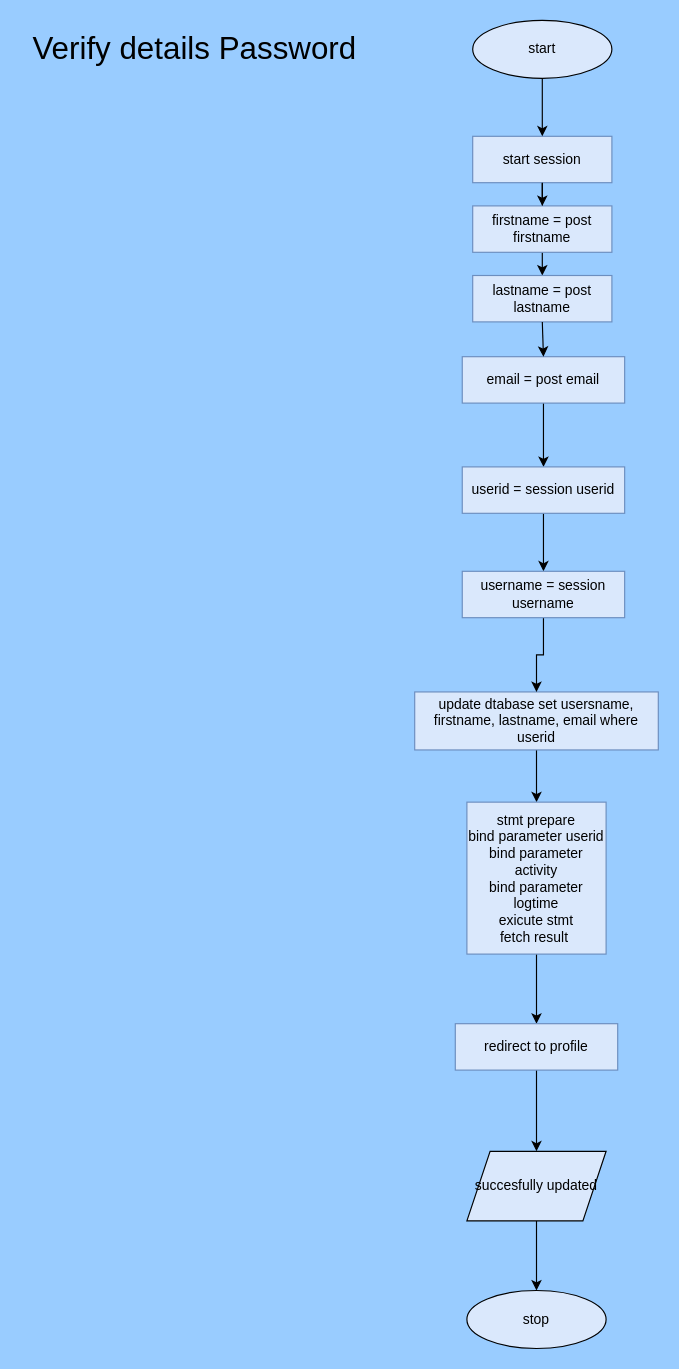
Before: page "verify deatails update" (7 of 8) of Assignments/To Do list/website_design_flowchart.drawio in alexbaxter07/college, a draw.io diagram. Source tidied: cells renumbered, new cells numbered last; positions are measured from the earlier drawing's top-left corner, leaving out a move shared by most shapes. Both pictures are drawn from the tidied source at 116%, with x=0, y=0 at pixel (20, 20).
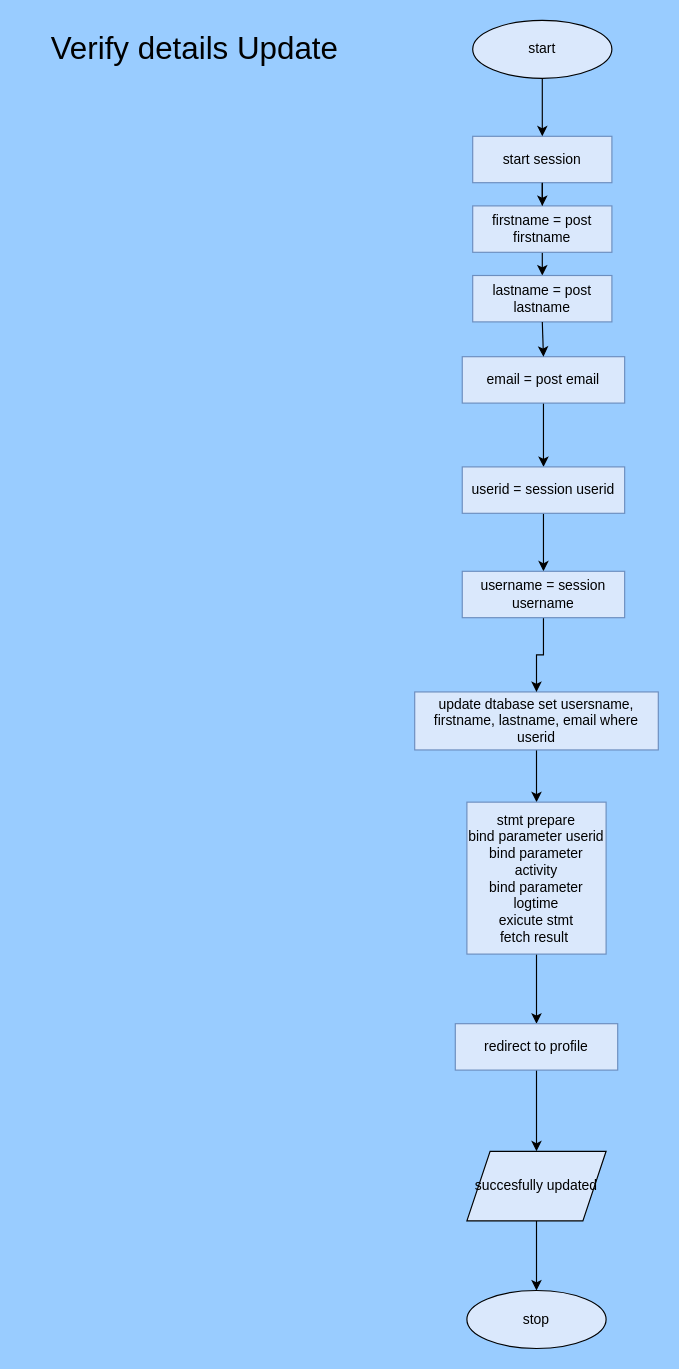
Above is the later version.

The edit, as a diff of the source:
```diff
@@
-    <mxCell id="3" value="Verify details Password" style="text;html=1;align=center;verticalAlign=middle;strokeColor=none;fillColor=none;fontSize=27;" parent="1" vertex="1">
-      <mxGeometry width="300" height="50" as="geometry" />
+    <mxCell id="3" value="Verify details Update" style="text;html=1;align=center;verticalAlign=middle;strokeColor=none;fillColor=none;fontSize=27;" parent="1" vertex="1">
+      <mxGeometry x="15" width="270" height="50" as="geometry" />
     </mxCell>
```
